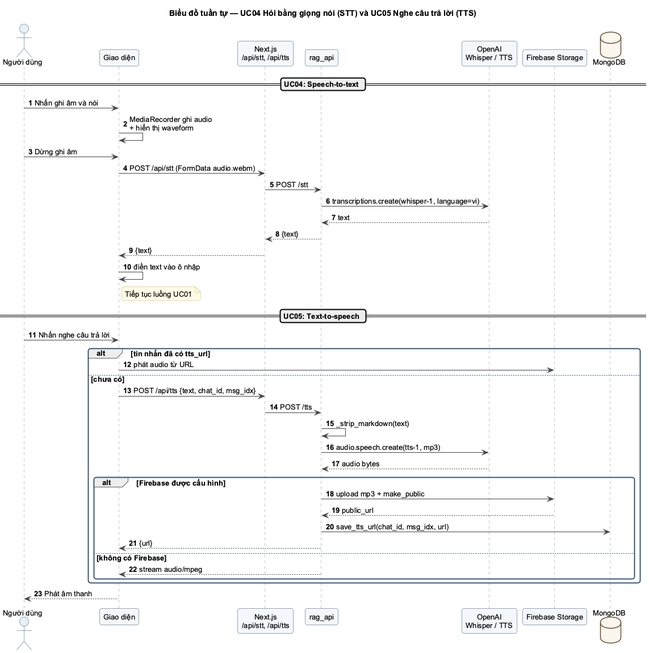
hainguyen312/project2-chatbot-rag keeps this PlantUML diagram as docs/uml/png/SEQ_GiongNoi.png. Above is the earlier version.
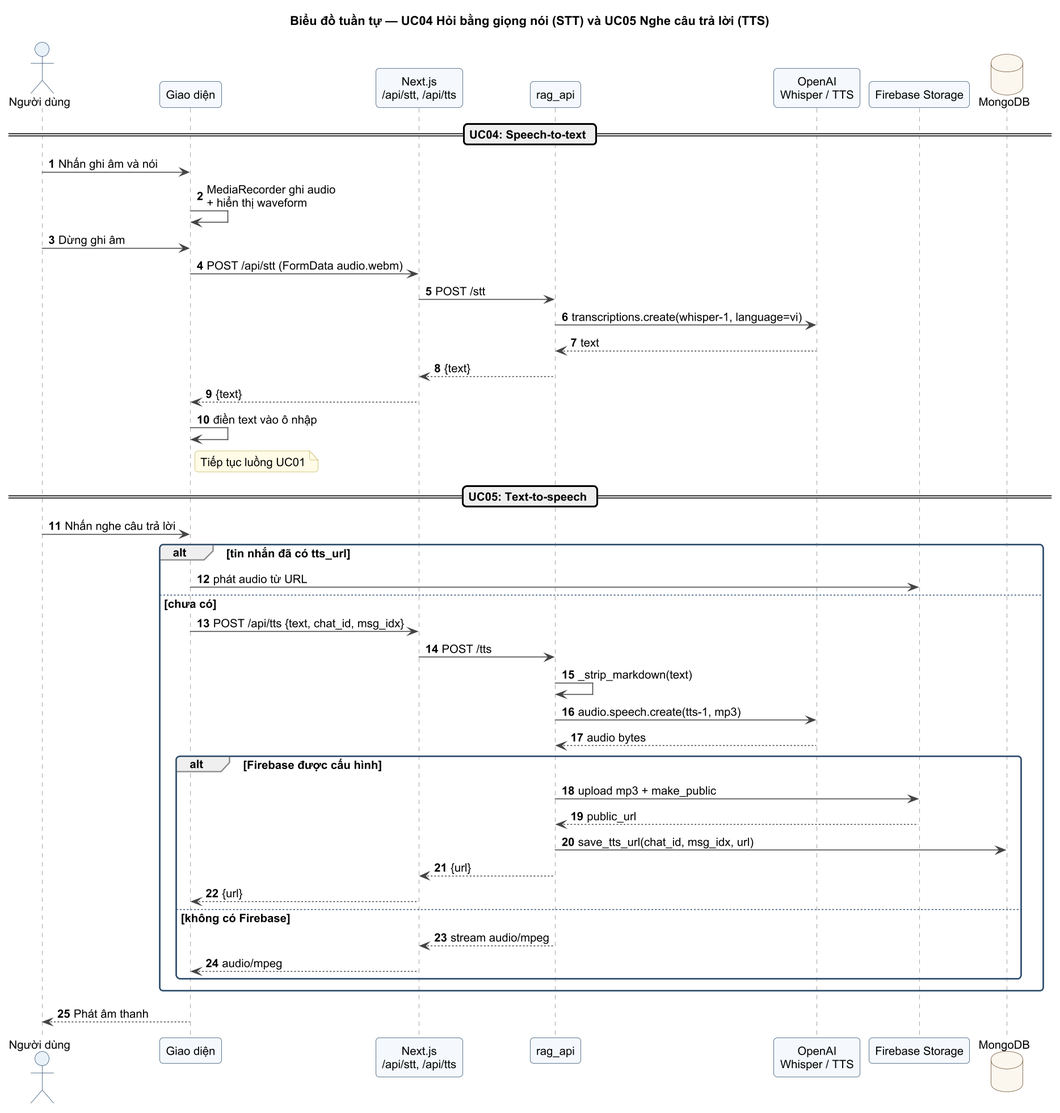
The same file after the commit.

Diff of the diagram source:
```diff
@@ -39,9 +39,11 @@
     API -> FS : upload mp3 + make_public
     FS --> API : public_url
     API -> Mongo : save_tts_url(chat_id, msg_idx, url)
-    API --> UI : {url}
+    API --> Proxy : {url}
+    Proxy --> UI : {url}
   else không có Firebase
-    API --> UI : stream audio/mpeg
+    API --> Proxy : stream audio/mpeg
+    Proxy --> UI : audio/mpeg
   end
 end
 UI --> U : Phát âm thanh
```
